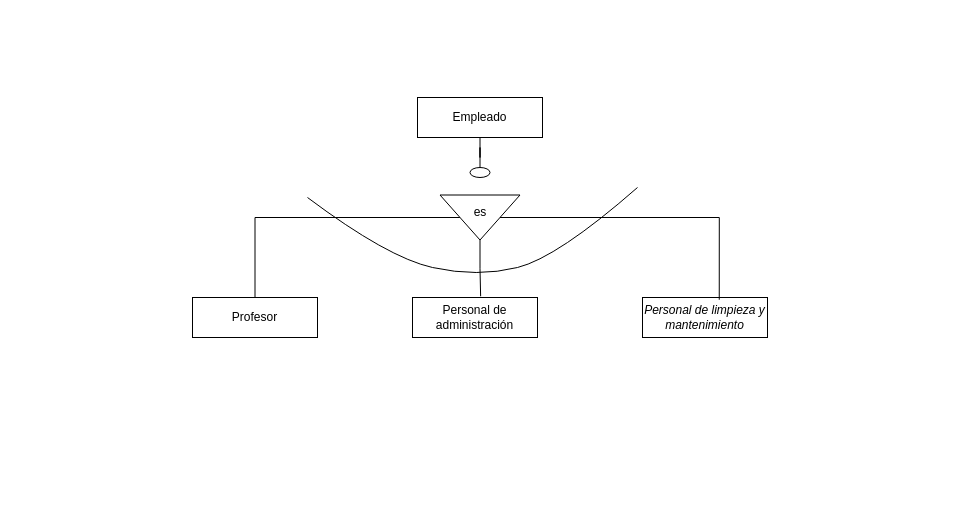
OxideVanadium/base_de_datos keeps this draw.io diagram as Unidad_1/Tareas/Tarea_8/Sistema Empresa Tecnológica.drawio. Above is the earlier version. Source tidied: cells renumbered, new cells numbered last; positions are measured from the earlier drawing's top-left corner, leaving out a move shared by most shapes. Both pictures are drawn from the tidied source at 100%, with x=0, y=0 at pixel (192, 97).
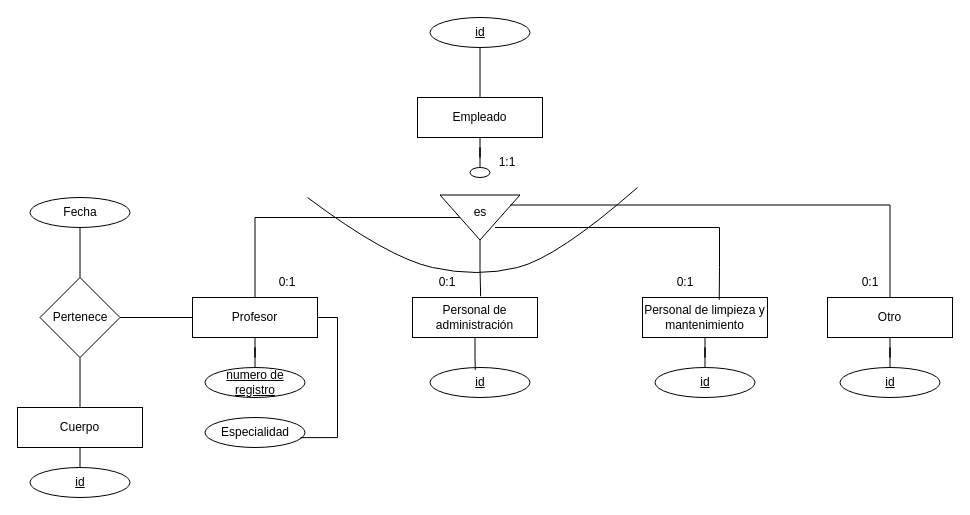
The same page after the edit.

Unchanged cells that the change refers to:
```xml
<mxCell id="3" value="&lt;div&gt;Empleado&lt;/div&gt;" style="whiteSpace=wrap;html=1;align=center;" parent="1" vertex="1">
  <mxGeometry x="225" width="125" height="40" as="geometry" />
</mxCell>
<mxCell id="4" value="Profesor" style="whiteSpace=wrap;html=1;align=center;" parent="1" vertex="1">
  <mxGeometry y="200" width="125" height="40" as="geometry" />
</mxCell>
<mxCell id="5" value="Personal de administración" style="whiteSpace=wrap;html=1;align=center;" parent="1" vertex="1">
  <mxGeometry x="220" y="200" width="125" height="40" as="geometry" />
</mxCell>
<mxCell id="8" style="triangle;whiteSpace=wrap;html=1;rotation=90;" parent="1" vertex="1">
  <mxGeometry x="265" y="80" width="45" height="80" as="geometry" />
</mxCell>
<mxCell id="13" value="es" style="text;html=1;strokeColor=none;fillColor=none;align=center;verticalAlign=middle;whiteSpace=wrap;rounded=0;" parent="1" vertex="1">
  <mxGeometry x="257.5" y="100" width="60" height="30" as="geometry" />
</mxCell>
```

What changed in the source:
```diff
@@
+    <mxCell id="14" style="edgeStyle=orthogonalEdgeStyle;rounded=0;jettySize=auto;html=1;entryX=0.5;entryY=0;entryDx=0;entryDy=0;endArrow=none;endFill=0;" parent="1" edge="1" source="4" target="19">
+      <mxGeometry relative="1" as="geometry" />
+    </mxCell>
@@
+    <mxCell id="15" style="edgeStyle=orthogonalEdgeStyle;rounded=0;jettySize=auto;html=1;endArrow=none;endFill=0;" parent="1" edge="1" source="6" target="18">
+      <mxGeometry relative="1" as="geometry" />
+    </mxCell>
-    <mxCell id="6" value="&lt;em&gt;Personal de limpieza y mantenimiento&lt;/em&gt;" style="whiteSpace=wrap;html=1;align=center;" parent="1" vertex="1">
+    <mxCell id="6" value="Personal de limpieza y mantenimiento" style="whiteSpace=wrap;html=1;align=center;" parent="1" vertex="1">
       <mxGeometry x="450" y="200" width="125" height="40" as="geometry" />
     </mxCell>
@@
-    <mxCell id="10" style="edgeStyle=orthogonalEdgeStyle;rounded=0;jettySize=auto;html=1;entryX=0.614;entryY=0.056;entryDx=0;entryDy=0;entryPerimeter=0;endArrow=none;endFill=0;" parent="1" edge="1" source="8" target="6">
-      <mxGeometry relative="1" as="geometry" />
+    <mxCell id="10" style="edgeStyle=orthogonalEdgeStyle;rounded=0;jettySize=auto;html=1;entryX=0.614;entryY=0.056;entryDx=0;entryDy=0;entryPerimeter=0;endArrow=none;endFill=0;exitX=0.75;exitY=1;exitDx=0;exitDy=0;" parent="1" edge="1" source="13" target="6">
+      <mxGeometry relative="1" as="geometry">
+        <Array as="points">
+          <mxPoint x="527" y="130" />
+          <mxPoint x="527" y="170" />
+          <mxPoint x="527" y="170" />
+        </Array>
+      </mxGeometry>
     </mxCell>
@@
+    <mxCell id="16" style="edgeStyle=orthogonalEdgeStyle;rounded=0;jettySize=auto;html=1;entryX=0.5;entryY=0;entryDx=0;entryDy=0;endArrow=none;endFill=0;exitX=1;exitY=0.25;exitDx=0;exitDy=0;" parent="1" edge="1" source="13" target="22">
+      <mxGeometry relative="1" as="geometry" />
+    </mxCell>
@@
+    <mxCell id="17" value="id" style="ellipse;whiteSpace=wrap;html=1;align=center;fontStyle=4;" parent="1" vertex="1">
+      <mxGeometry x="237.5" y="270" width="100" height="30" as="geometry" />
+    </mxCell>
+    <mxCell id="18" value="id" style="ellipse;whiteSpace=wrap;html=1;align=center;fontStyle=4;" parent="1" vertex="1">
+      <mxGeometry x="462.5" y="270" width="100" height="30" as="geometry" />
+    </mxCell>
+    <mxCell id="19" value="numero de registro" style="ellipse;whiteSpace=wrap;html=1;align=center;fontStyle=4;" parent="1" vertex="1">
+      <mxGeometry x="12.5" y="270" width="100" height="30" as="geometry" />
+    </mxCell>
+    <mxCell id="20" value="Especialidad" style="ellipse;whiteSpace=wrap;html=1;align=center;" parent="1" vertex="1">
+      <mxGeometry x="12.5" y="320" width="100" height="30" as="geometry" />
+    </mxCell>
+    <mxCell id="21" style="edgeStyle=orthogonalEdgeStyle;rounded=0;jettySize=auto;html=1;endArrow=none;endFill=0;" parent="1" edge="1" source="22" target="23">
+      <mxGeometry relative="1" as="geometry" />
+    </mxCell>
+    <mxCell id="22" value="Otro" style="whiteSpace=wrap;html=1;align=center;" parent="1" vertex="1">
+      <mxGeometry x="635" y="200" width="125" height="40" as="geometry" />
+    </mxCell>
+    <mxCell id="23" value="id" style="ellipse;whiteSpace=wrap;html=1;align=center;fontStyle=4;" parent="1" vertex="1">
+      <mxGeometry x="647.5" y="270" width="100" height="30" as="geometry" />
+    </mxCell>
+    <mxCell id="24" value="Cuerpo" style="whiteSpace=wrap;html=1;align=center;" parent="1" vertex="1">
+      <mxGeometry x="-175" y="310" width="125" height="40" as="geometry" />
+    </mxCell>
+    <mxCell id="25" style="edgeStyle=orthogonalEdgeStyle;rounded=0;jettySize=auto;html=1;entryX=0;entryY=0.5;entryDx=0;entryDy=0;endArrow=none;endFill=0;" parent="1" edge="1" source="27" target="4">
+      <mxGeometry relative="1" as="geometry" />
+    </mxCell>
+    <mxCell id="26" style="edgeStyle=orthogonalEdgeStyle;rounded=0;jettySize=auto;html=1;entryX=0.5;entryY=0;entryDx=0;entryDy=0;endArrow=none;endFill=0;" parent="1" edge="1" source="27" target="24">
+      <mxGeometry relative="1" as="geometry" />
+    </mxCell>
+    <mxCell id="27" value="Pertenece" style="rhombus;whiteSpace=wrap;html=1;" parent="1" vertex="1">
+      <mxGeometry x="-152.5" y="180" width="80" height="80" as="geometry" />
+    </mxCell>
+    <mxCell id="28" value="id" style="ellipse;whiteSpace=wrap;html=1;align=center;fontStyle=4;" parent="1" vertex="1">
+      <mxGeometry x="-162.5" y="370" width="100" height="30" as="geometry" />
+    </mxCell>
+    <mxCell id="29" style="edgeStyle=orthogonalEdgeStyle;rounded=0;jettySize=auto;html=1;endArrow=none;endFill=0;" parent="1" edge="1" source="30" target="27">
+      <mxGeometry relative="1" as="geometry" />
+    </mxCell>
+    <mxCell id="30" value="Fecha" style="ellipse;whiteSpace=wrap;html=1;align=center;" parent="1" vertex="1">
+      <mxGeometry x="-162.5" y="100" width="100" height="30" as="geometry" />
+    </mxCell>
+    <mxCell id="31" style="edgeStyle=orthogonalEdgeStyle;rounded=0;jettySize=auto;html=1;entryX=0.459;entryY=-0.014;entryDx=0;entryDy=0;entryPerimeter=0;endArrow=none;endFill=0;" parent="1" edge="1" source="24" target="28">
+      <mxGeometry relative="1" as="geometry" />
+    </mxCell>
+    <mxCell id="32" style="edgeStyle=orthogonalEdgeStyle;rounded=0;jettySize=auto;html=1;entryX=0.453;entryY=0.078;entryDx=0;entryDy=0;entryPerimeter=0;endArrow=none;endFill=0;" parent="1" edge="1" source="5" target="17">
+      <mxGeometry relative="1" as="geometry" />
+    </mxCell>
+    <mxCell id="33" style="edgeStyle=orthogonalEdgeStyle;rounded=0;jettySize=auto;html=1;entryX=0.955;entryY=0.671;entryDx=0;entryDy=0;entryPerimeter=0;endArrow=none;endFill=0;" parent="1" edge="1" source="4" target="20">
+      <mxGeometry relative="1" as="geometry">
+        <Array as="points">
+          <mxPoint x="145" y="220" />
+          <mxPoint x="145" y="340" />
+        </Array>
+      </mxGeometry>
+    </mxCell>
+    <mxCell id="34" style="edgeStyle=orthogonalEdgeStyle;rounded=0;jettySize=auto;html=1;endArrow=none;endFill=0;" parent="1" edge="1" source="35" target="3">
+      <mxGeometry relative="1" as="geometry" />
+    </mxCell>
+    <mxCell id="35" value="id" style="ellipse;whiteSpace=wrap;html=1;align=center;fontStyle=4;" parent="1" vertex="1">
+      <mxGeometry x="237.5" y="-80" width="100" height="30" as="geometry" />
+    </mxCell>
+    <mxCell id="36" value="1:1" style="text;html=1;strokeColor=none;fillColor=none;align=center;verticalAlign=middle;whiteSpace=wrap;rounded=0;" parent="1" vertex="1">
+      <mxGeometry x="285" y="50" width="60" height="30" as="geometry" />
+    </mxCell>
+    <mxCell id="37" value="0:1" style="text;html=1;strokeColor=none;fillColor=none;align=center;verticalAlign=middle;whiteSpace=wrap;rounded=0;" parent="1" vertex="1">
+      <mxGeometry x="65" y="170" width="60" height="30" as="geometry" />
+    </mxCell>
+    <mxCell id="38" value="0:1" style="text;html=1;strokeColor=none;fillColor=none;align=center;verticalAlign=middle;whiteSpace=wrap;rounded=0;" parent="1" vertex="1">
+      <mxGeometry x="225" y="170" width="60" height="30" as="geometry" />
+    </mxCell>
+    <mxCell id="39" value="0:1" style="text;html=1;strokeColor=none;fillColor=none;align=center;verticalAlign=middle;whiteSpace=wrap;rounded=0;" parent="1" vertex="1">
+      <mxGeometry x="462.5" y="170" width="60" height="30" as="geometry" />
+    </mxCell>
+    <mxCell id="40" value="0:1" style="text;html=1;strokeColor=none;fillColor=none;align=center;verticalAlign=middle;whiteSpace=wrap;rounded=0;" parent="1" vertex="1">
+      <mxGeometry x="647.5" y="170" width="60" height="30" as="geometry" />
+    </mxCell>
```
